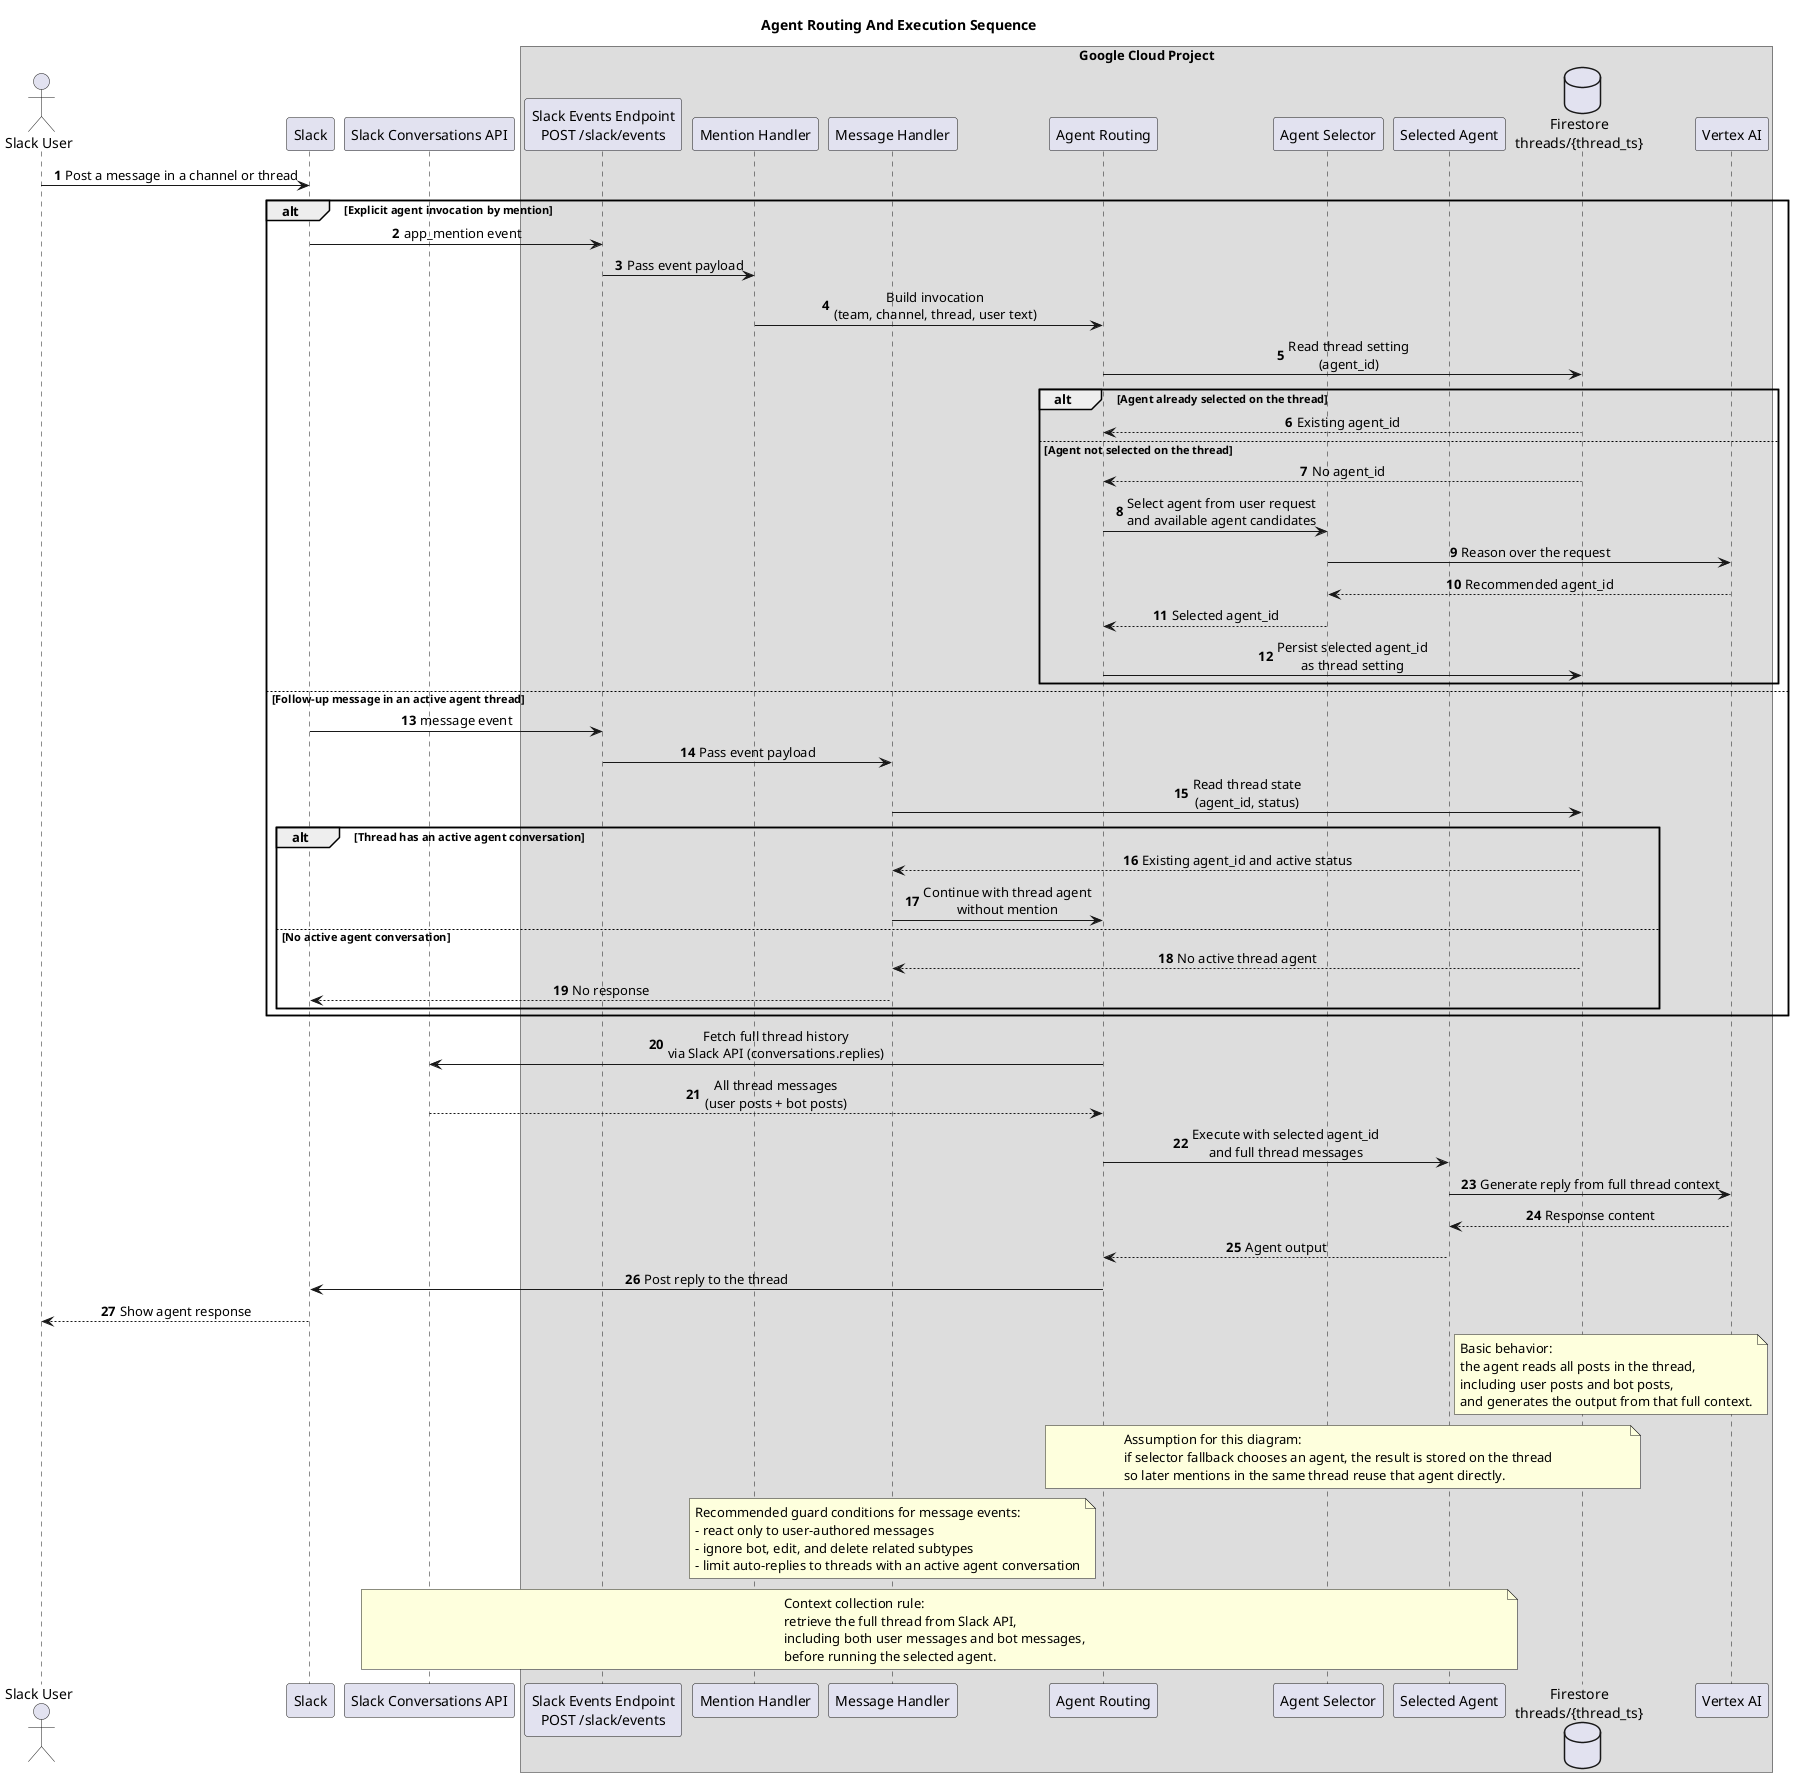
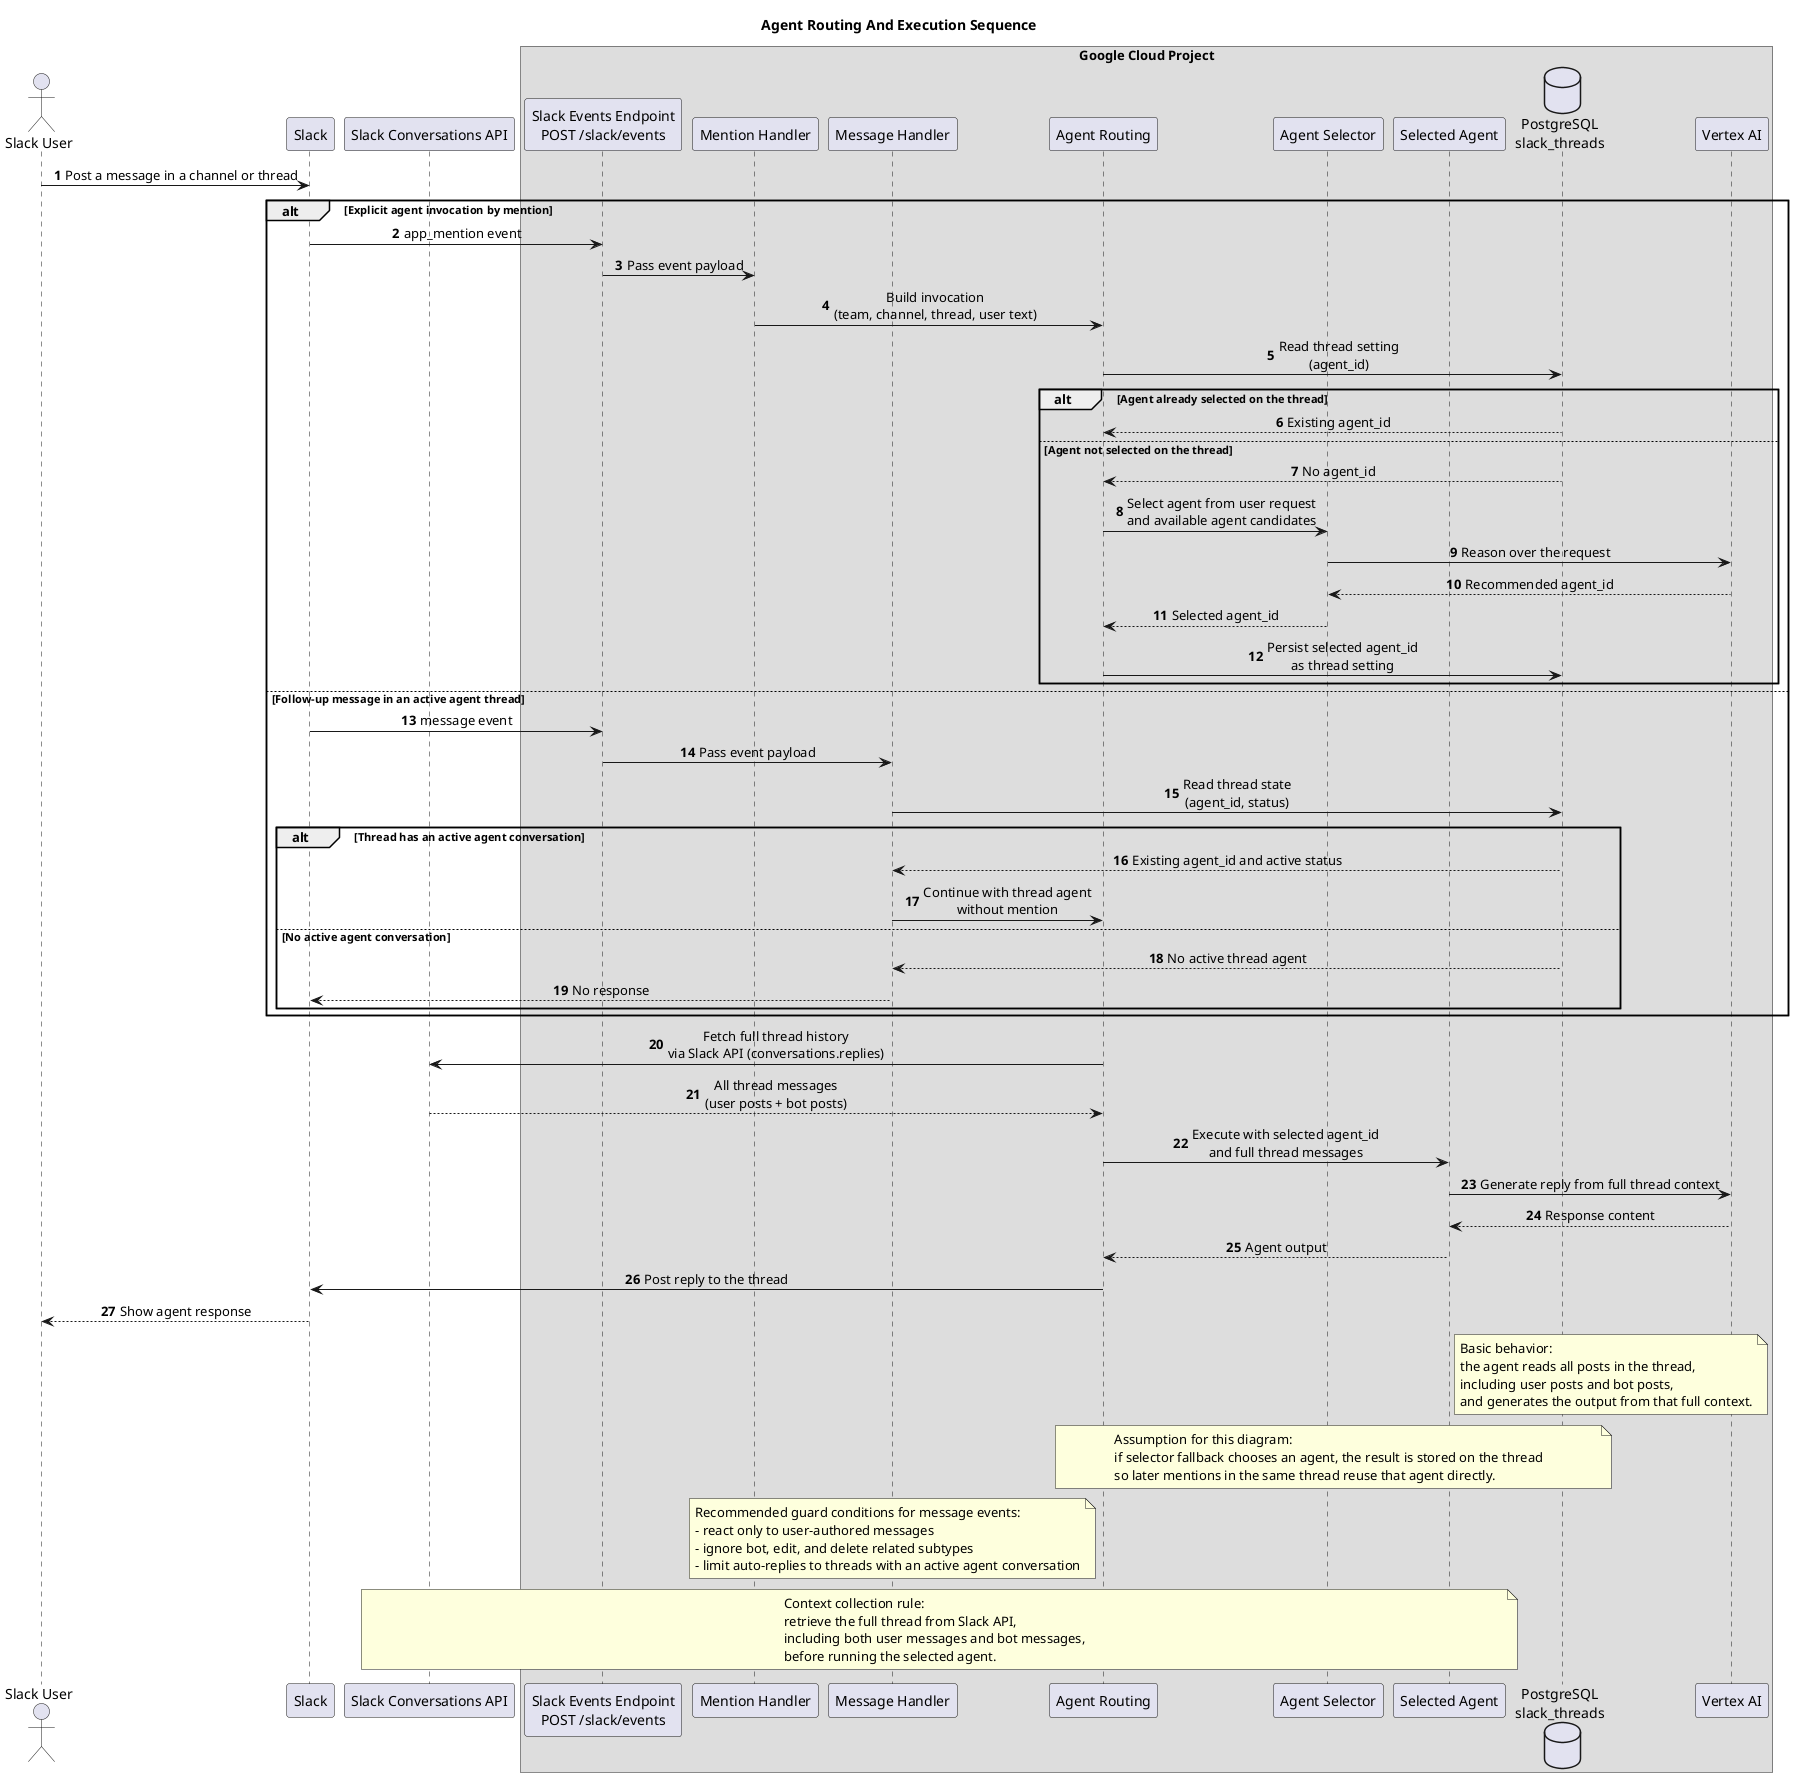
@startuml agent-routing
title Agent Routing And Execution Sequence

autonumber
skinparam shadowing false
skinparam defaultFontName Monospace
skinparam sequenceMessageAlign center
skinparam responseMessageBelowArrow true

actor "Slack User" as slack_user
participant "Slack" as slack
participant "Slack Conversations API" as slack_api

box "Google Cloud Project"
  participant "Slack Events Endpoint\nPOST /slack/events" as slack_events_endpoint
  participant "Mention Handler" as mention_handler
  participant "Message Handler" as message_handler
  participant "Agent Routing" as agent_routing
  participant "Agent Selector" as agent_selector
  participant "Selected Agent" as selected_agent
-   database "Firestore\nthreads/{thread_ts}" as fs_threads
+   database "PostgreSQL\nslack_threads" as slack_threads
  participant "Vertex AI" as vertex_ai
end box

slack_user -> slack : Post a message in a channel or thread
alt Explicit agent invocation by mention
  slack -> slack_events_endpoint : app_mention event
  slack_events_endpoint -> mention_handler : Pass event payload
  mention_handler -> agent_routing : Build invocation\n(team, channel, thread, user text)
-   agent_routing -> fs_threads : Read thread setting\n(agent_id)
+   agent_routing -> slack_threads : Read thread setting\n(agent_id)
  alt Agent already selected on the thread
-     fs_threads --> agent_routing : Existing agent_id
+     slack_threads --> agent_routing : Existing agent_id
  else Agent not selected on the thread
-     fs_threads --> agent_routing : No agent_id
+     slack_threads --> agent_routing : No agent_id
    agent_routing -> agent_selector : Select agent from user request\nand available agent candidates
    agent_selector -> vertex_ai : Reason over the request
    vertex_ai --> agent_selector : Recommended agent_id
    agent_selector --> agent_routing : Selected agent_id
-     agent_routing -> fs_threads : Persist selected agent_id\nas thread setting
+     agent_routing -> slack_threads : Persist selected agent_id\nas thread setting
  end
else Follow-up message in an active agent thread
  slack -> slack_events_endpoint : message event
  slack_events_endpoint -> message_handler : Pass event payload
-   message_handler -> fs_threads : Read thread state\n(agent_id, status)
+   message_handler -> slack_threads : Read thread state\n(agent_id, status)
  alt Thread has an active agent conversation
-     fs_threads --> message_handler : Existing agent_id and active status
+     slack_threads --> message_handler : Existing agent_id and active status
    message_handler -> agent_routing : Continue with thread agent\nwithout mention
  else No active agent conversation
-     fs_threads --> message_handler : No active thread agent
+     slack_threads --> message_handler : No active thread agent
    message_handler --> slack : No response
  end
end

agent_routing -> slack_api : Fetch full thread history\nvia Slack API (conversations.replies)
slack_api --> agent_routing : All thread messages\n(user posts + bot posts)
agent_routing -> selected_agent : Execute with selected agent_id\nand full thread messages
selected_agent -> vertex_ai : Generate reply from full thread context
vertex_ai --> selected_agent : Response content
selected_agent --> agent_routing : Agent output
agent_routing -> slack : Post reply to the thread
slack --> slack_user : Show agent response

note right of selected_agent
Basic behavior:
the agent reads all posts in the thread,
including user posts and bot posts,
and generates the output from that full context.
end note

- note over agent_routing, fs_threads
+ note over agent_routing, slack_threads
Assumption for this diagram:
if selector fallback chooses an agent, the result is stored on the thread
so later mentions in the same thread reuse that agent directly.
end note

note over message_handler
Recommended guard conditions for message events:
- react only to user-authored messages
- ignore bot, edit, and delete related subtypes
- limit auto-replies to threads with an active agent conversation
end note

note over slack_api, selected_agent
Context collection rule:
retrieve the full thread from Slack API,
including both user messages and bot messages,
before running the selected agent.
end note

@enduml
